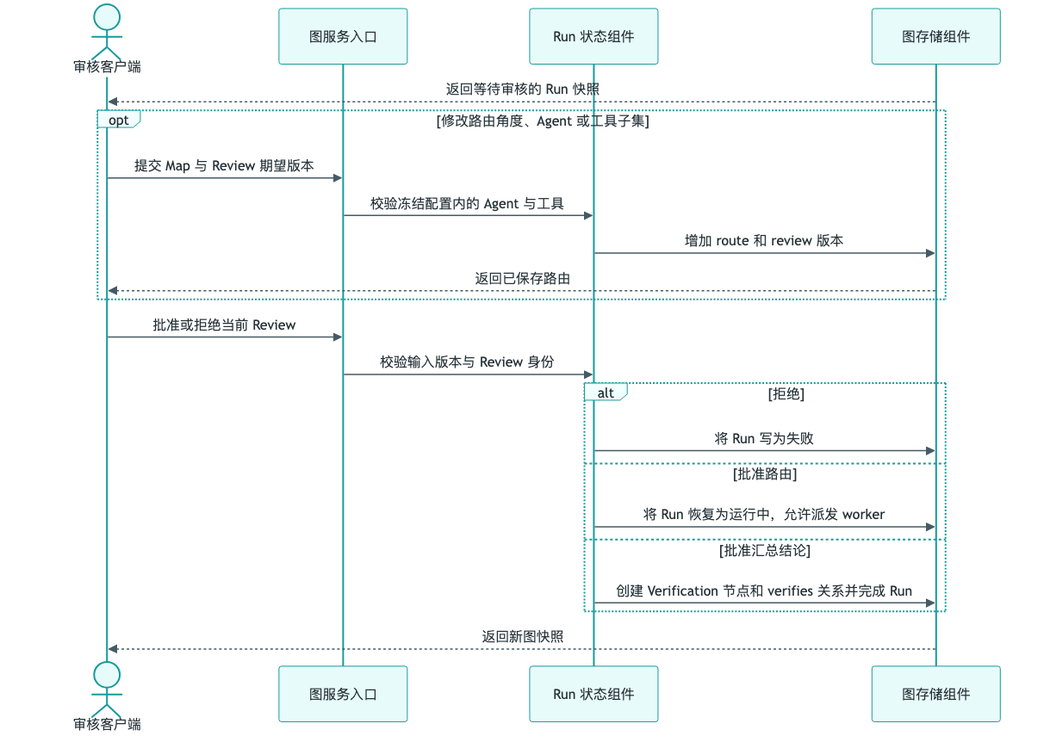
The Mermaid diagram technical-docs/chongming-graph/diagrams/UC-04-C-review.png in AUSIO2/ChongMing, before a commit. Its source is kept beside it as technical-docs/chongming-graph/diagrams/UC-04-C-review.mmd.
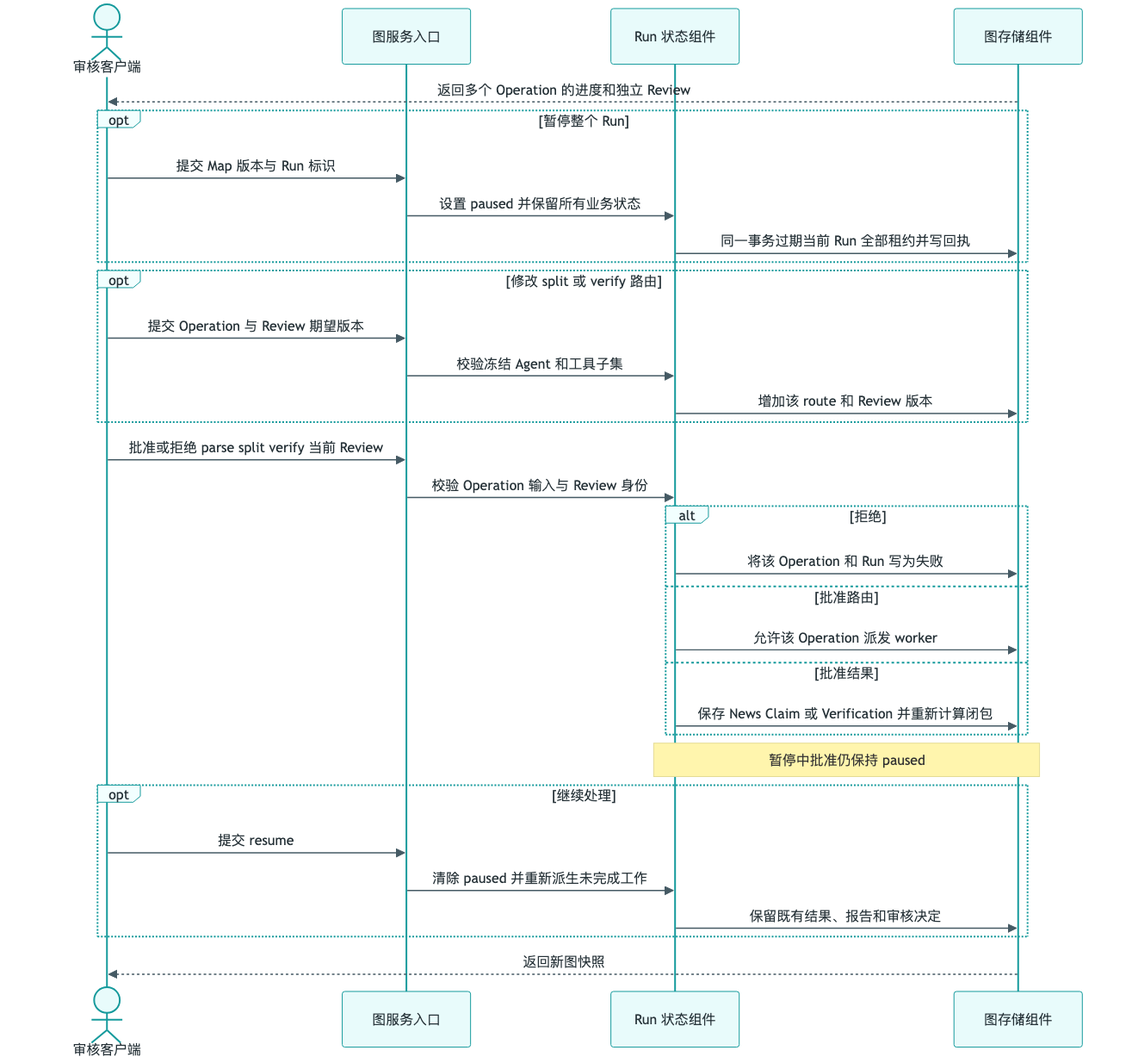
Later version of the same file.

What changed in the source:
```diff
@@ -1,23 +1,33 @@
-%%{init: {"theme": "base", "themeVariables": {"primaryColor": "#e8fbfb", "primaryBorderColor": "#159a9c", "primaryTextColor": "#263238", "lineColor": "#455a64", "actorBkg": "#e8fbfb", "actorBorder": "#159a9c", "actorTextColor": "#263238", "signalColor": "#455a64", "signalTextColor": "#263238", "labelBoxBkgColor": "#f2ffff", "labelBoxBorderColor": "#159a9c", "labelTextColor": "#263238", "noteBkgColor": "#f2ffff", "noteBorderColor": "#159a9c", "noteTextColor": "#263238"}}}%%
+%%{init: {"theme": "base", "themeVariables": {"primaryColor": "#e8fbfb", "primaryBorderColor": "#159a9c", "primaryTextColor": "#263238", "lineColor": "#455a64", "actorBkg": "#e8fbfb", "actorBorder": "#159a9c", "actorTextColor": "#263238", "signalColor": "#455a64", "signalTextColor": "#263238", "labelBoxBkgColor": "#f2ffff", "labelBoxBorderColor": "#159a9c", "labelTextColor": "#263238"}}}%%
 sequenceDiagram
-  actor E as 审核客户端
+  actor U as 审核客户端
   participant A as 图服务入口
   participant R as Run 状态组件
   participant S as 图存储组件
-  S-->>E: 返回等待审核的 Run 快照
-  opt 修改路由角度、Agent 或工具子集
-    E->>A: 提交 Map 与 Review 期望版本
-    A->>R: 校验冻结配置内的 Agent 与工具
-    R->>S: 增加 route 和 review 版本
-    S-->>E: 返回已保存路由
+  S-->>U: 返回多个 Operation 的进度和独立 Review
+  opt 暂停整个 Run
+    U->>A: 提交 Map 版本与 Run 标识
+    A->>R: 设置 paused 并保留所有业务状态
+    R->>S: 同一事务过期当前 Run 全部租约并写回执
   end
-  E->>A: 批准或拒绝当前 Review
-  A->>R: 校验输入版本与 Review 身份
+  opt 修改 split 或 verify 路由
+    U->>A: 提交 Operation 与 Review 期望版本
+    A->>R: 校验冻结 Agent 和工具子集
+    R->>S: 增加该 route 和 Review 版本
+  end
+  U->>A: 批准或拒绝 parse split verify 当前 Review
+  A->>R: 校验 Operation 输入与 Review 身份
   alt 拒绝
-    R->>S: 将 Run 写为失败
+    R->>S: 将该 Operation 和 Run 写为失败
   else 批准路由
-    R->>S: 将 Run 恢复为运行中，允许派发 worker
-  else 批准汇总结论
-    R->>S: 创建 Verification 节点和 verifies 关系并完成 Run
+    R->>S: 允许该 Operation 派发 worker
+  else 批准结果
+    R->>S: 保存 News Claim 或 Verification 并重新计算闭包
   end
-  S-->>E: 返回新图快照
+  Note over R,S: 暂停中批准仍保持 paused
+  opt 继续处理
+    U->>A: 提交 resume
+    A->>R: 清除 paused 并重新派生未完成工作
+    R->>S: 保留既有结果、报告和审核决定
+  end
+  S-->>U: 返回新图快照
```
